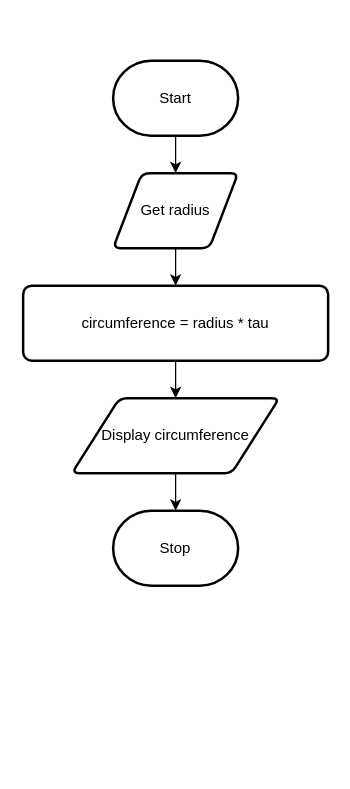
Earlier version of the draw.io diagram page "Flowchart" (2 of 2) of design.drawio (Samuel-Webster-178/ICS3U-Unit3-Unit3-01-Python). Source tidied: cells renumbered, new cells numbered last; positions are measured from the earlier drawing's top-left corner, leaving out a move shared by most shapes. Both pictures are drawn from the tidied source at 125%, with x=0, y=0 at pixel (22, 60).
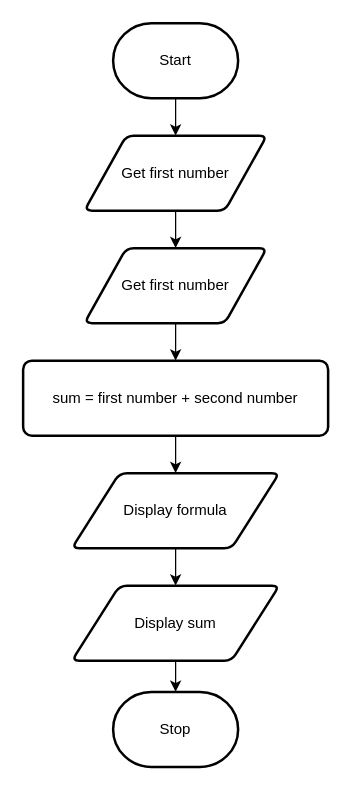
After the change.

Change to the diagram source:
```diff
@@
 <mxGraphModel>
   <root>
     <mxCell id="0" />
     <mxCell id="1" parent="0" />
-    <mxCell id="2" style="edgeStyle=none;html=1;" parent="1" edge="1" source="3" target="5">
-      <mxGeometry relative="1" as="geometry" />
-    </mxCell>
+    <mxCell id="11" style="edgeStyle=none;html=1;" parent="1" edge="1" source="3" target="15">
+      <mxGeometry relative="1" as="geometry" />
+    </mxCell>
     <mxCell id="3" value="Start" style="strokeWidth=2;html=1;shape=mxgraph.flowchart.terminator;whiteSpace=wrap;" parent="1" vertex="1">
-      <mxGeometry x="72" width="100" height="60" as="geometry" />
+      <mxGeometry x="72" y="-30" width="100" height="60" as="geometry" />
     </mxCell>
     <mxCell id="4" style="edgeStyle=none;html=1;" parent="1" edge="1" source="5" target="7">
       <mxGeometry relative="1" as="geometry" />
     </mxCell>
-    <mxCell id="5" value="Get radius" style="shape=parallelogram;html=1;strokeWidth=2;perimeter=parallelogramPerimeter;whiteSpace=wrap;rounded=1;arcSize=12;size=0.23;" parent="1" vertex="1">
-      <mxGeometry x="72" y="90" width="100" height="60" as="geometry" />
+    <mxCell id="5" value="Get first number" style="shape=parallelogram;html=1;strokeWidth=2;perimeter=parallelogramPerimeter;whiteSpace=wrap;rounded=1;arcSize=12;size=0.23;" parent="1" vertex="1">
+      <mxGeometry x="49" y="150" width="146" height="60" as="geometry" />
     </mxCell>
-    <mxCell id="6" style="edgeStyle=none;html=1;" parent="1" edge="1" source="7" target="9">
+    <mxCell id="6" style="edgeStyle=none;html=1;entryX=0.5;entryY=0;entryDx=0;entryDy=0;" parent="1" edge="1" source="7" target="13">
       <mxGeometry relative="1" as="geometry" />
     </mxCell>
-    <mxCell id="7" value="circumference = radius * tau" style="rounded=1;whiteSpace=wrap;html=1;absoluteArcSize=1;arcSize=14;strokeWidth=2;" parent="1" vertex="1">
-      <mxGeometry y="180" width="244" height="60" as="geometry" />
+    <mxCell id="7" value="sum = first number + second number" style="rounded=1;whiteSpace=wrap;html=1;absoluteArcSize=1;arcSize=14;strokeWidth=2;" parent="1" vertex="1">
+      <mxGeometry y="240" width="244" height="60" as="geometry" />
     </mxCell>
     <mxCell id="8" style="edgeStyle=none;html=1;" parent="1" edge="1" source="9" target="10">
       <mxGeometry relative="1" as="geometry" />
     </mxCell>
-    <mxCell id="9" value="Display circumference" style="shape=parallelogram;html=1;strokeWidth=2;perimeter=parallelogramPerimeter;whiteSpace=wrap;rounded=1;arcSize=12;size=0.23;" parent="1" vertex="1">
-      <mxGeometry x="39" y="270" width="166" height="60" as="geometry" />
+    <mxCell id="9" value="Display sum" style="shape=parallelogram;html=1;strokeWidth=2;perimeter=parallelogramPerimeter;whiteSpace=wrap;rounded=1;arcSize=12;size=0.23;" parent="1" vertex="1">
+      <mxGeometry x="39" y="420" width="166" height="60" as="geometry" />
     </mxCell>
     <mxCell id="10" value="Stop" style="strokeWidth=2;html=1;shape=mxgraph.flowchart.terminator;whiteSpace=wrap;" parent="1" vertex="1">
-      <mxGeometry x="72" y="360" width="100" height="60" as="geometry" />
+      <mxGeometry x="72" y="505" width="100" height="60" as="geometry" />
     </mxCell>
+    <mxCell id="12" style="edgeStyle=none;html=1;entryX=0.5;entryY=0;entryDx=0;entryDy=0;" parent="1" edge="1" source="13" target="9">
+      <mxGeometry relative="1" as="geometry" />
+    </mxCell>
+    <mxCell id="13" value="Display formula" style="shape=parallelogram;html=1;strokeWidth=2;perimeter=parallelogramPerimeter;whiteSpace=wrap;rounded=1;arcSize=12;size=0.23;" parent="1" vertex="1">
+      <mxGeometry x="39" y="330" width="166" height="60" as="geometry" />
+    </mxCell>
+    <mxCell id="14" style="edgeStyle=none;html=1;" parent="1" edge="1" source="15" target="5">
+      <mxGeometry relative="1" as="geometry" />
+    </mxCell>
+    <mxCell id="15" value="Get first number" style="shape=parallelogram;html=1;strokeWidth=2;perimeter=parallelogramPerimeter;whiteSpace=wrap;rounded=1;arcSize=12;size=0.23;" parent="1" vertex="1">
+      <mxGeometry x="49" y="60" width="146" height="60" as="geometry" />
+    </mxCell>
   </root>
 </mxGraphModel>
```
